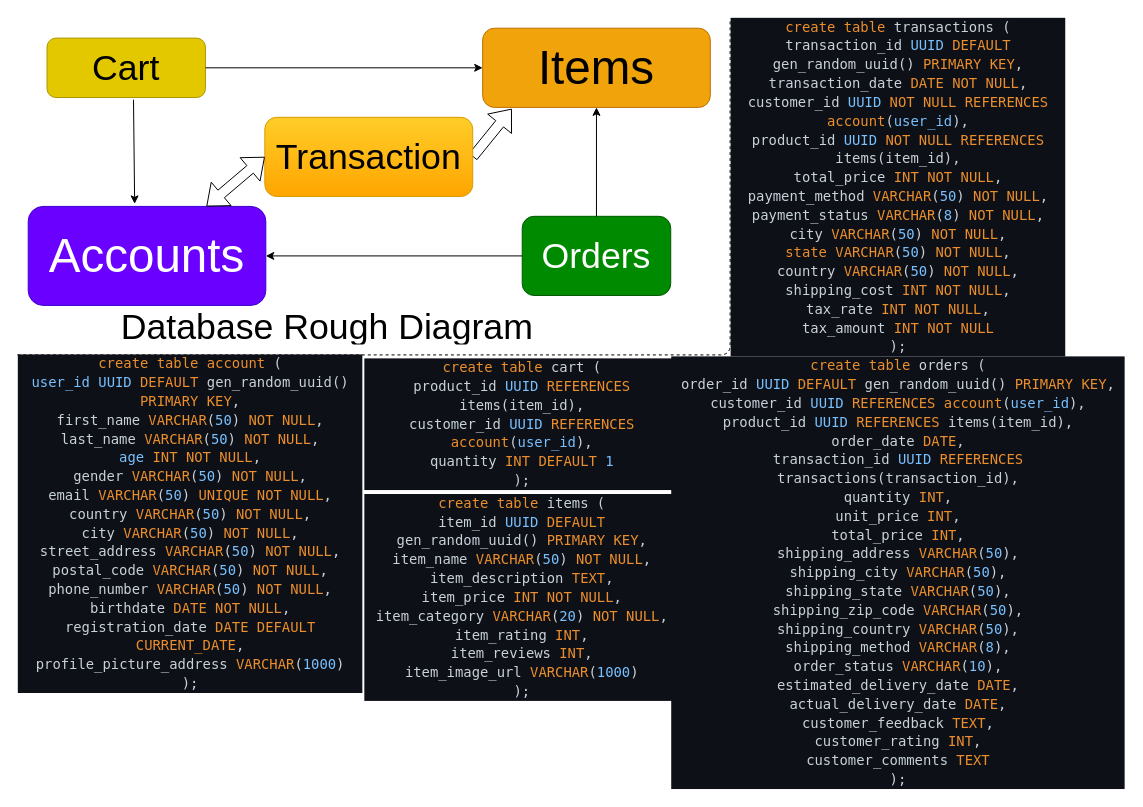
Above: database/Book-Store-database.drawio in adisawant2005/Book_Store_Web_Back_End (draw.io), before the change. Source tidied: cells renumbered, new cells numbered last; positions are measured from the earlier drawing's top-left corner, leaving out a move shared by most shapes. Both pictures are drawn from the tidied source at 99%, with x=0, y=0 at pixel (17, 18).
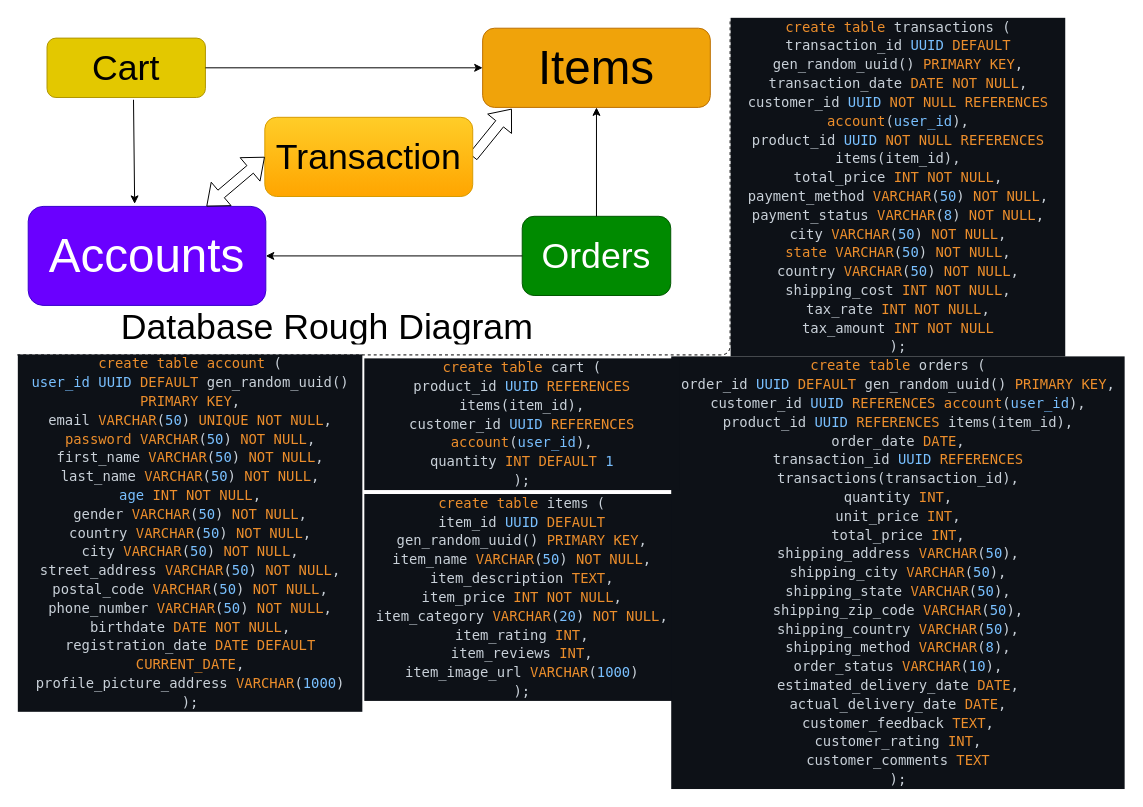
After the change.

Commit message (it also covers changes not shown here):
fix - account's put request

What changed in the source:
```diff
@@
-    <mxCell id="13" value="&lt;div style=&quot;background-color: rgb(13, 17, 23); font-family: &amp;quot;Fira Code&amp;quot;, &amp;quot;Droid Sans Mono&amp;quot;, &amp;quot;monospace&amp;quot;, monospace, &amp;quot;Droid Sans Mono&amp;quot;, &amp;quot;monospace&amp;quot;, monospace; font-weight: normal; font-size: 14px; line-height: 19px; color: rgb(230, 237, 243);&quot;&gt;&lt;div style=&quot;color: rgb(201, 209, 217); line-height: 19px;&quot;&gt;&lt;div&gt;&lt;span style=&quot;color: #ec8e2c;&quot;&gt;create&lt;/span&gt; &lt;span style=&quot;color: #ec8e2c;&quot;&gt;table&lt;/span&gt; &lt;span style=&quot;color: #ec8e2c;&quot;&gt;account&lt;/span&gt; (&lt;/div&gt;&lt;div&gt;  &lt;span style=&quot;color: #79c0ff;&quot;&gt;user_id&lt;/span&gt; &lt;span style=&quot;color: #79c0ff;&quot;&gt;UUID&lt;/span&gt; &lt;span style=&quot;color: #ec8e2c;&quot;&gt;DEFAULT&lt;/span&gt; gen_random_uuid() &lt;span style=&quot;color: #ec8e2c;&quot;&gt;PRIMARY&lt;/span&gt; &lt;span style=&quot;color: #ec8e2c;&quot;&gt;KEY&lt;/span&gt;,&lt;/div&gt;&lt;div&gt;  first_name &lt;span style=&quot;color: #ec8e2c;&quot;&gt;VARCHAR&lt;/span&gt;(&lt;span style=&quot;color: #79c0ff;&quot;&gt;50&lt;/span&gt;) &lt;span style=&quot;color: #ec8e2c;&quot;&gt;NOT&lt;/span&gt; &lt;span style=&quot;color: #ec8e2c;&quot;&gt;NULL&lt;/span&gt;,&lt;/div&gt;&lt;div&gt;  last_name &lt;span style=&quot;color: #ec8e2c;&quot;&gt;VARCHAR&lt;/span&gt;(&lt;span style=&quot;color: #79c0ff;&quot;&gt;50&lt;/span&gt;) &lt;span style=&quot;color: #ec8e2c;&quot;&gt;NOT&lt;/span&gt; &lt;span style=&quot;color: #ec8e2c;&quot;&gt;NULL&lt;/span&gt;,&lt;/div&gt;&lt;div&gt;  &lt;span style=&quot;color: #79c0ff;&quot;&gt;age&lt;/span&gt; &lt;span style=&quot;color: #ec8e2c;&quot;&gt;INT&lt;/span&gt; &lt;span style=&quot;color: #ec8e2c;&quot;&gt;NOT&lt;/span&gt; &lt;span style=&quot;color: #ec8e2c;&quot;&gt;NULL&lt;/span&gt;,&lt;/div&gt;&lt;div&gt;  gender &lt;span style=&quot;color: #ec8e2c;&quot;&gt;VARCHAR&lt;/span&gt;(&lt;span style=&quot;color: #79c0ff;&quot;&gt;50&lt;/span&gt;) &lt;span style=&quot;color: #ec8e2c;&quot;&gt;NOT&lt;/span&gt; &lt;span style=&quot;color: #ec8e2c;&quot;&gt;NULL&lt;/span&gt;,&lt;/div&gt;&lt;div&gt;  email &lt;span style=&quot;color: #ec8e2c;&quot;&gt;VARCHAR&lt;/span&gt;(&lt;span style=&quot;color: #79c0ff;&quot;&gt;50&lt;/span&gt;) &lt;span style=&quot;color: #ec8e2c;&quot;&gt;UNIQUE&lt;/span&gt; &lt;span style=&quot;color: #ec8e2c;&quot;&gt;NOT&lt;/span&gt; &lt;span style=&quot;color: #ec8e2c;&quot;&gt;NULL&lt;/span&gt;,&lt;/div&gt;&lt;div&gt;  country &lt;span style=&quot;color: #ec8e2c;&quot;&gt;VARCHAR&lt;/span&gt;(&lt;span style=&quot;color: #79c0ff;&quot;&gt;50&lt;/span&gt;) &lt;span style=&quot;color: #ec8e2c;&quot;&gt;NOT&lt;/span&gt; &lt;span style=&quot;color: #ec8e2c;&quot;&gt;NULL&lt;/span&gt;,&lt;/div&gt;&lt;div&gt;  city &lt;span style=&quot;color: #ec8e2c;&quot;&gt;VARCHAR&lt;/span&gt;(&lt;span style=&quot;color: #79c0ff;&quot;&gt;50&lt;/span&gt;) &lt;span style=&quot;color: #ec8e2c;&quot;&gt;NOT&lt;/span&gt; &lt;span style=&quot;color: #ec8e2c;&quot;&gt;NULL&lt;/span&gt;,&lt;/div&gt;&lt;div&gt;  street_address &lt;span style=&quot;color: #ec8e2c;&quot;&gt;VARCHAR&lt;/span&gt;(&lt;span style=&quot;color: #79c0ff;&quot;&gt;50&lt;/span&gt;) &lt;span style=&quot;color: #ec8e2c;&quot;&gt;NOT&lt;/span&gt; &lt;span style=&quot;color: #ec8e2c;&quot;&gt;NULL&lt;/span&gt;,&lt;/div&gt;&lt;div&gt;  postal_code &lt;span style=&quot;color: #ec8e2c;&quot;&gt;VARCHAR&lt;/span&gt;(&lt;span style=&quot;color: #79c0ff;&quot;&gt;50&lt;/span&gt;) &lt;span style=&quot;color: #ec8e2c;&quot;&gt;NOT&lt;/span&gt; &lt;span style=&quot;color: #ec8e2c;&quot;&gt;NULL&lt;/span&gt;,&lt;/div&gt;&lt;div&gt;  phone_number &lt;span style=&quot;color: #ec8e2c;&quot;&gt;VARCHAR&lt;/span&gt;(&lt;span style=&quot;color: #79c0ff;&quot;&gt;50&lt;/span&gt;) &lt;span style=&quot;color: #ec8e2c;&quot;&gt;NOT&lt;/span&gt; &lt;span style=&quot;color: #ec8e2c;&quot;&gt;NULL&lt;/span&gt;,&lt;/div&gt;&lt;div&gt;  birthdate &lt;span style=&quot;color: #ec8e2c;&quot;&gt;DATE&lt;/span&gt; &lt;span style=&quot;color: #ec8e2c;&quot;&gt;NOT&lt;/span&gt; &lt;span style=&quot;color: #ec8e2c;&quot;&gt;NULL&lt;/span&gt;,&lt;/div&gt;&lt;div&gt;  registration_date &lt;span style=&quot;color: #ec8e2c;&quot;&gt;DATE&lt;/span&gt; &lt;span style=&quot;color: #ec8e2c;&quot;&gt;DEFAULT&lt;/span&gt; &lt;span style=&quot;color: #ec8e2c;&quot;&gt;CURRENT_DATE&lt;/span&gt;,&lt;/div&gt;&lt;div&gt;  profile_picture_address &lt;span style=&quot;color: #ec8e2c;&quot;&gt;VARCHAR&lt;/span&gt;(&lt;span style=&quot;color: #79c0ff;&quot;&gt;1000&lt;/span&gt;)&lt;/div&gt;&lt;div&gt;);&lt;/div&gt;&lt;/div&gt;&lt;/div&gt;" style="text;html=1;strokeColor=none;fillColor=none;align=center;verticalAlign=middle;whiteSpace=wrap;rounded=0;" parent="1" vertex="1">
-      <mxGeometry y="340" width="350" height="340" as="geometry" />
+    <mxCell id="13" value="&lt;div style=&quot;background-color: rgb(13, 17, 23); font-family: &amp;quot;Fira Code&amp;quot;, &amp;quot;Droid Sans Mono&amp;quot;, &amp;quot;monospace&amp;quot;, monospace, &amp;quot;Droid Sans Mono&amp;quot;, &amp;quot;monospace&amp;quot;, monospace; font-weight: normal; font-size: 14px; line-height: 19px; color: rgb(230, 237, 243);&quot;&gt;&lt;div style=&quot;color: rgb(201, 209, 217); line-height: 19px;&quot;&gt;&lt;div style=&quot;line-height: 19px;&quot;&gt;&lt;div&gt;&lt;span style=&quot;color: #ec8e2c;&quot;&gt;create&lt;/span&gt; &lt;span style=&quot;color: #ec8e2c;&quot;&gt;table&lt;/span&gt; &lt;span style=&quot;color: #ec8e2c;&quot;&gt;account&lt;/span&gt; (&lt;/div&gt;&lt;div&gt;    &lt;span style=&quot;color: #79c0ff;&quot;&gt;user_id&lt;/span&gt; &lt;span style=&quot;color: #79c0ff;&quot;&gt;UUID&lt;/span&gt; &lt;span style=&quot;color: #ec8e2c;&quot;&gt;DEFAULT&lt;/span&gt; gen_random_uuid() &lt;span style=&quot;color: #ec8e2c;&quot;&gt;PRIMARY&lt;/span&gt; &lt;span style=&quot;color: #ec8e2c;&quot;&gt;KEY&lt;/span&gt;,&lt;/div&gt;&lt;div&gt;    email &lt;span style=&quot;color: #ec8e2c;&quot;&gt;VARCHAR&lt;/span&gt;(&lt;span style=&quot;color: #79c0ff;&quot;&gt;50&lt;/span&gt;) &lt;span style=&quot;color: #ec8e2c;&quot;&gt;UNIQUE&lt;/span&gt; &lt;span style=&quot;color: #ec8e2c;&quot;&gt;NOT&lt;/span&gt; &lt;span style=&quot;color: #ec8e2c;&quot;&gt;NULL&lt;/span&gt;,&lt;/div&gt;&lt;div&gt;    &lt;span style=&quot;color: #ec8e2c;&quot;&gt;password&lt;/span&gt; &lt;span style=&quot;color: #ec8e2c;&quot;&gt;VARCHAR&lt;/span&gt;(&lt;span style=&quot;color: #79c0ff;&quot;&gt;50&lt;/span&gt;) &lt;span style=&quot;color: #ec8e2c;&quot;&gt;NOT&lt;/span&gt; &lt;span style=&quot;color: #ec8e2c;&quot;&gt;NULL&lt;/span&gt;,&lt;/div&gt;&lt;div&gt;    first_name &lt;span style=&quot;color: #ec8e2c;&quot;&gt;VARCHAR&lt;/span&gt;(&lt;span style=&quot;color: #79c0ff;&quot;&gt;50&lt;/span&gt;) &lt;span style=&quot;color: #ec8e2c;&quot;&gt;NOT&lt;/span&gt; &lt;span style=&quot;color: #ec8e2c;&quot;&gt;NULL&lt;/span&gt;,&lt;/div&gt;&lt;div&gt;    last_name &lt;span style=&quot;color: #ec8e2c;&quot;&gt;VARCHAR&lt;/span&gt;(&lt;span style=&quot;color: #79c0ff;&quot;&gt;50&lt;/span&gt;) &lt;span style=&quot;color: #ec8e2c;&quot;&gt;NOT&lt;/span&gt; &lt;span style=&quot;color: #ec8e2c;&quot;&gt;NULL&lt;/span&gt;,&lt;/div&gt;&lt;div&gt;    &lt;span style=&quot;color: #79c0ff;&quot;&gt;age&lt;/span&gt; &lt;span style=&quot;color: #ec8e2c;&quot;&gt;INT&lt;/span&gt; &lt;span style=&quot;color: #ec8e2c;&quot;&gt;NOT&lt;/span&gt; &lt;span style=&quot;color: #ec8e2c;&quot;&gt;NULL&lt;/span&gt;,&lt;/div&gt;&lt;div&gt;    gender &lt;span style=&quot;color: #ec8e2c;&quot;&gt;VARCHAR&lt;/span&gt;(&lt;span style=&quot;color: #79c0ff;&quot;&gt;50&lt;/span&gt;) &lt;span style=&quot;color: #ec8e2c;&quot;&gt;NOT&lt;/span&gt; &lt;span style=&quot;color: #ec8e2c;&quot;&gt;NULL&lt;/span&gt;,&lt;/div&gt;&lt;div&gt;    country &lt;span style=&quot;color: #ec8e2c;&quot;&gt;VARCHAR&lt;/span&gt;(&lt;span style=&quot;color: #79c0ff;&quot;&gt;50&lt;/span&gt;) &lt;span style=&quot;color: #ec8e2c;&quot;&gt;NOT&lt;/span&gt; &lt;span style=&quot;color: #ec8e2c;&quot;&gt;NULL&lt;/span&gt;,&lt;/div&gt;&lt;div&gt;    city &lt;span style=&quot;color: #ec8e2c;&quot;&gt;VARCHAR&lt;/span&gt;(&lt;span style=&quot;color: #79c0ff;&quot;&gt;50&lt;/span&gt;) &lt;span style=&quot;color: #ec8e2c;&quot;&gt;NOT&lt;/span&gt; &lt;span style=&quot;color: #ec8e2c;&quot;&gt;NULL&lt;/span&gt;,&lt;/div&gt;&lt;div&gt;    street_address &lt;span style=&quot;color: #ec8e2c;&quot;&gt;VARCHAR&lt;/span&gt;(&lt;span style=&quot;color: #79c0ff;&quot;&gt;50&lt;/span&gt;) &lt;span style=&quot;color: #ec8e2c;&quot;&gt;NOT&lt;/span&gt; &lt;span style=&quot;color: #ec8e2c;&quot;&gt;NULL&lt;/span&gt;,&lt;/div&gt;&lt;div&gt;    postal_code &lt;span style=&quot;color: #ec8e2c;&quot;&gt;VARCHAR&lt;/span&gt;(&lt;span style=&quot;color: #79c0ff;&quot;&gt;50&lt;/span&gt;) &lt;span style=&quot;color: #ec8e2c;&quot;&gt;NOT&lt;/span&gt; &lt;span style=&quot;color: #ec8e2c;&quot;&gt;NULL&lt;/span&gt;,&lt;/div&gt;&lt;div&gt;    phone_number &lt;span style=&quot;color: #ec8e2c;&quot;&gt;VARCHAR&lt;/span&gt;(&lt;span style=&quot;color: #79c0ff;&quot;&gt;50&lt;/span&gt;) &lt;span style=&quot;color: #ec8e2c;&quot;&gt;NOT&lt;/span&gt; &lt;span style=&quot;color: #ec8e2c;&quot;&gt;NULL&lt;/span&gt;,&lt;/div&gt;&lt;div&gt;    birthdate &lt;span style=&quot;color: #ec8e2c;&quot;&gt;DATE&lt;/span&gt; &lt;span style=&quot;color: #ec8e2c;&quot;&gt;NOT&lt;/span&gt; &lt;span style=&quot;color: #ec8e2c;&quot;&gt;NULL&lt;/span&gt;,&lt;/div&gt;&lt;div&gt;    registration_date &lt;span style=&quot;color: #ec8e2c;&quot;&gt;DATE&lt;/span&gt; &lt;span style=&quot;color: #ec8e2c;&quot;&gt;DEFAULT&lt;/span&gt; &lt;span style=&quot;color: #ec8e2c;&quot;&gt;CURRENT_DATE&lt;/span&gt;,&lt;/div&gt;&lt;div&gt;    profile_picture_address &lt;span style=&quot;color: #ec8e2c;&quot;&gt;VARCHAR&lt;/span&gt;(&lt;span style=&quot;color: #79c0ff;&quot;&gt;1000&lt;/span&gt;)&lt;/div&gt;&lt;div&gt;);&lt;/div&gt;&lt;/div&gt;&lt;/div&gt;&lt;/div&gt;" style="text;html=1;strokeColor=none;fillColor=none;align=center;verticalAlign=middle;whiteSpace=wrap;rounded=0;" parent="1" vertex="1">
+      <mxGeometry y="340" width="350" height="360" as="geometry" />
     </mxCell>
```
